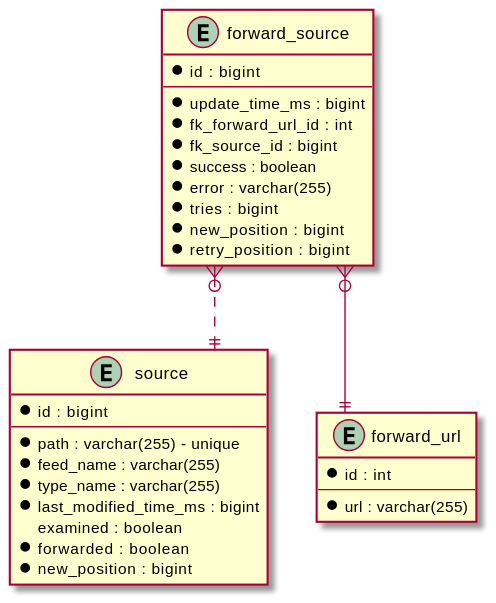
Earlier version of the PlantUML export stroom-proxy/stroom-proxy-app/doc/forward-stored-data-entity.svg (gchq/stroom).
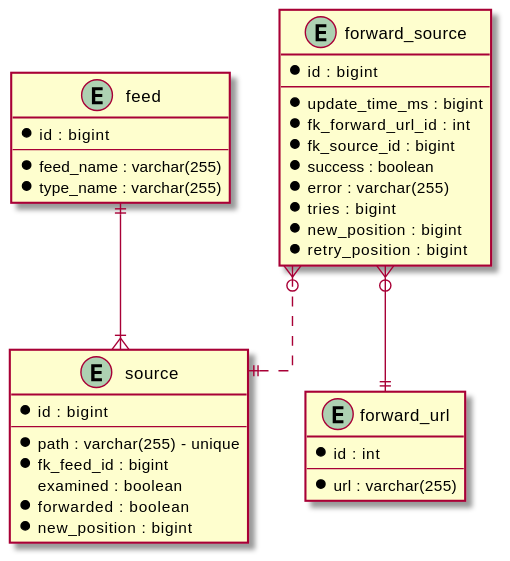
After the commit.

The edit, as a diff of the source:
```diff
@@ -1,14 +1,19 @@
 @startuml
 
 skinparam linetype ortho
+
+entity feed {
+  *id : bigint
+  --
+  *feed_name : varchar(255)
+  *type_name : varchar(255)
+}
 
 entity source {
   *id : bigint
   --
   *path : varchar(255) - unique
-  *feed_name : varchar(255)
-  *type_name : varchar(255)
-  *last_modified_time_ms : bigint
+  *fk_feed_id : bigint
   examined : boolean
   *forwarded : boolean
   *new_position : bigint
@@ -33,6 +38,8 @@
   *retry_position : bigint
 }
 
+feed ||--|{ source
+
 forward_source }o--|| forward_url
 forward_source }o..|| source
 
```
